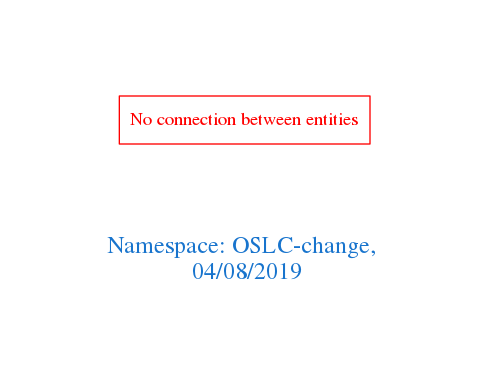
The Graphviz diagram downloads/OSLC-change.png in arago/OGIT, before a commit. Its source is kept beside it as downloads/OSLC-change.dot. The source it was exported from:
```dot
digraph OGIT_ontology {
 graph [ rankdir= LR,pad=1
fontsize = 18,
fontcolor= dodgerblue3,label = "\n\n\nNamespace: OSLC-change, \n 04/08/2019"];
node[shape=polygon];
edge [  color="gray81"];

"No connection between entities" [fontcolor = "red",color="red", shape="polygon"]
}
```
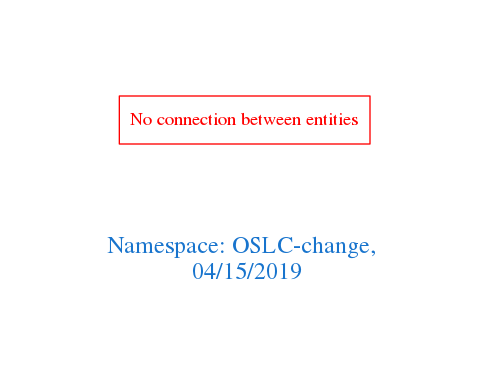
After the change.

The edit, as a diff of the source:
```diff
@@ -1,7 +1,7 @@
 digraph OGIT_ontology {
  graph [ rankdir= LR,pad=1
 fontsize = 18,
-fontcolor= dodgerblue3,label = "\n\n\nNamespace: OSLC-change, \n 04/08/2019"];
+fontcolor= dodgerblue3,label = "\n\n\nNamespace: OSLC-change, \n 04/15/2019"];
 node[shape=polygon];
 edge [  color="gray81"];
 
```
